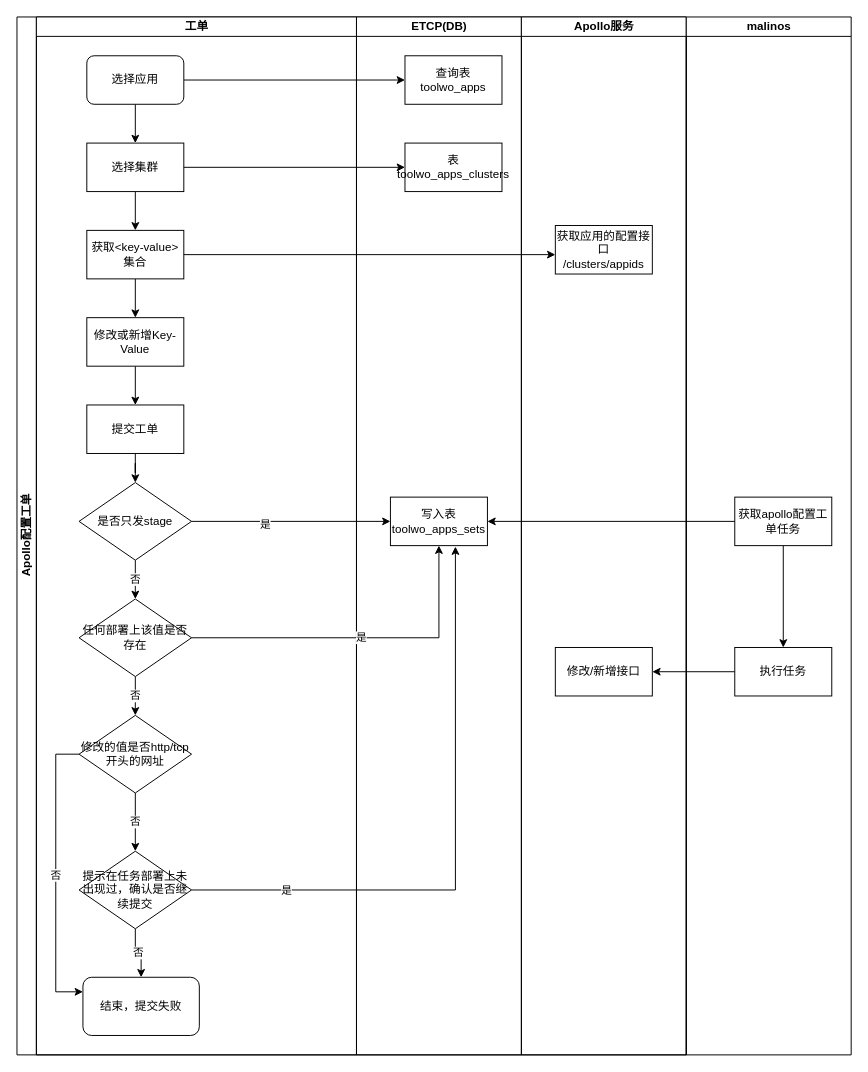
mashifei/uml keeps this draw.io diagram as page "第 3 页" (3 of 3) of apollo配置工单.drawio. Above is the earlier version. Source tidied: cells renumbered, new cells numbered last; positions are measured from the earlier drawing's top-left corner, leaving out a move shared by most shapes. Both pictures are drawn from the tidied source at 97%, with x=0, y=0 at pixel (16, 16).
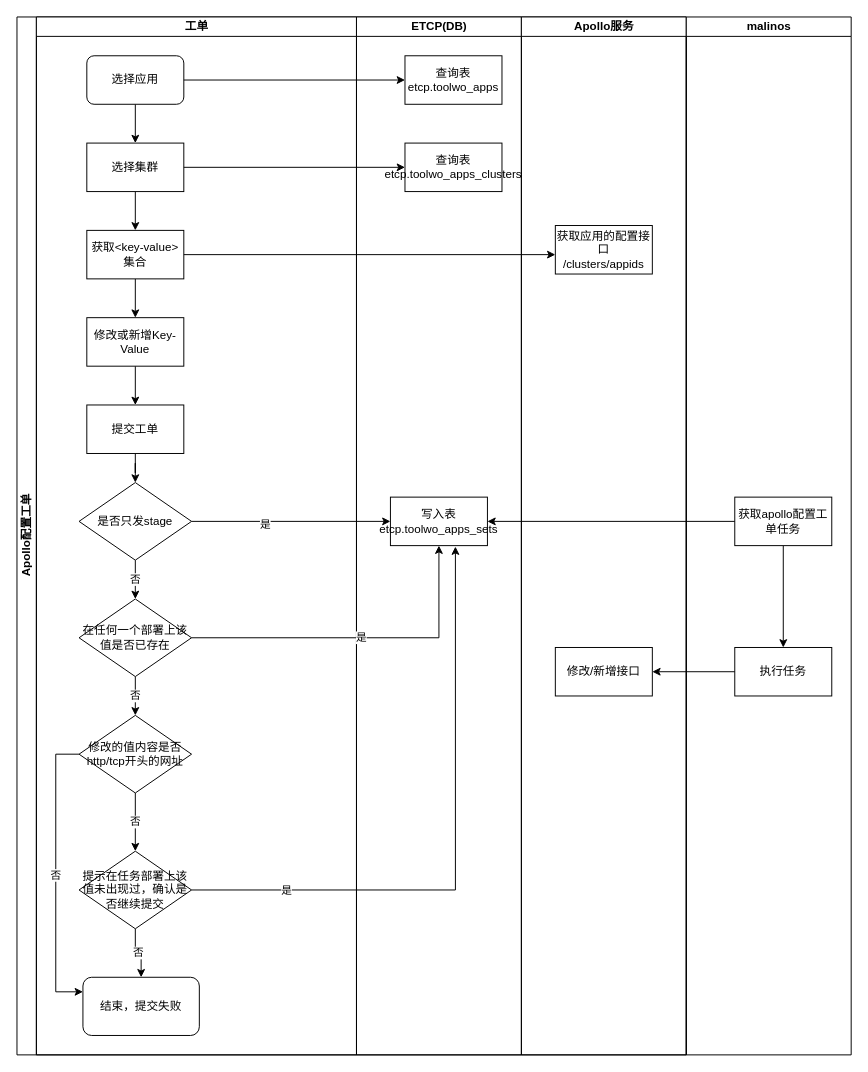
The same page after the edit.

Commit message:
更新apollo配置工单.drawio

Unchanged cells that the change refers to:
```xml
<mxCell id="3" value="工单" style="swimlane;html=1;startSize=20;" parent="2" vertex="1">
  <mxGeometry x="20" width="330" height="1070" as="geometry" />
</mxCell>
<mxCell id="24" value="ETCP(DB)" style="swimlane;html=1;startSize=20;" parent="2" vertex="1">
  <mxGeometry x="350" width="170" height="1070" as="geometry" />
</mxCell>
```

What changed in the source:
```diff
@@
-    <mxCell id="15" value="任何部署上该值是否存在" style="rhombus;whiteSpace=wrap;html=1;" parent="3" vertex="1">
+    <mxCell id="15" value="在任何一个部署上该值是否已存在" style="rhombus;whiteSpace=wrap;html=1;" parent="3" vertex="1">
       <mxGeometry x="44" y="600" width="116" height="80" as="geometry" />
     </mxCell>
@@
-    <mxCell id="19" value="修改的值是否http/tcp开头的网址" style="rhombus;whiteSpace=wrap;html=1;" parent="3" vertex="1">
+    <mxCell id="19" value="修改的值内容是否http/tcp开头的网址" style="rhombus;whiteSpace=wrap;html=1;" parent="3" vertex="1">
       <mxGeometry x="44" y="720" width="116" height="80" as="geometry" />
     </mxCell>
@@
-    <mxCell id="21" value="提示在任务部署上未出现过，确认是否继续提交" style="rhombus;whiteSpace=wrap;html=1;" parent="3" vertex="1">
+    <mxCell id="21" value="提示在任务部署上该值未出现过，确认是否继续提交" style="rhombus;whiteSpace=wrap;html=1;" parent="3" vertex="1">
       <mxGeometry x="44" y="860" width="116" height="80" as="geometry" />
     </mxCell>
@@
-    <mxCell id="25" value="查询表&lt;br&gt;toolwo_apps" style="rounded=0;whiteSpace=wrap;html=1;" parent="24" vertex="1">
+    <mxCell id="25" value="查询表&lt;br&gt;etcp.toolwo_apps" style="rounded=0;whiteSpace=wrap;html=1;" parent="24" vertex="1">
       <mxGeometry x="50" y="40" width="100" height="50" as="geometry" />
     </mxCell>
-    <mxCell id="26" value="表&lt;br&gt;toolwo_apps_clusters" style="rounded=0;whiteSpace=wrap;html=1;" parent="24" vertex="1">
+    <mxCell id="26" value="查询表&lt;br&gt;etcp.toolwo_apps_clusters" style="rounded=0;whiteSpace=wrap;html=1;" parent="24" vertex="1">
       <mxGeometry x="50" y="130" width="100" height="50" as="geometry" />
     </mxCell>
-    <mxCell id="27" value="写入表&lt;br&gt;toolwo_apps_sets" style="rounded=0;whiteSpace=wrap;html=1;" parent="24" vertex="1">
+    <mxCell id="27" value="写入表&lt;br&gt;etcp.toolwo_apps_sets" style="rounded=0;whiteSpace=wrap;html=1;" parent="24" vertex="1">
       <mxGeometry x="35" y="495" width="100" height="50" as="geometry" />
     </mxCell>
```
